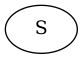
YasinBoloorchi/WARP-Simulator keeps this Graphviz diagram as G.gv.png. Above is the earlier version. Its source is kept beside it as G.gv.
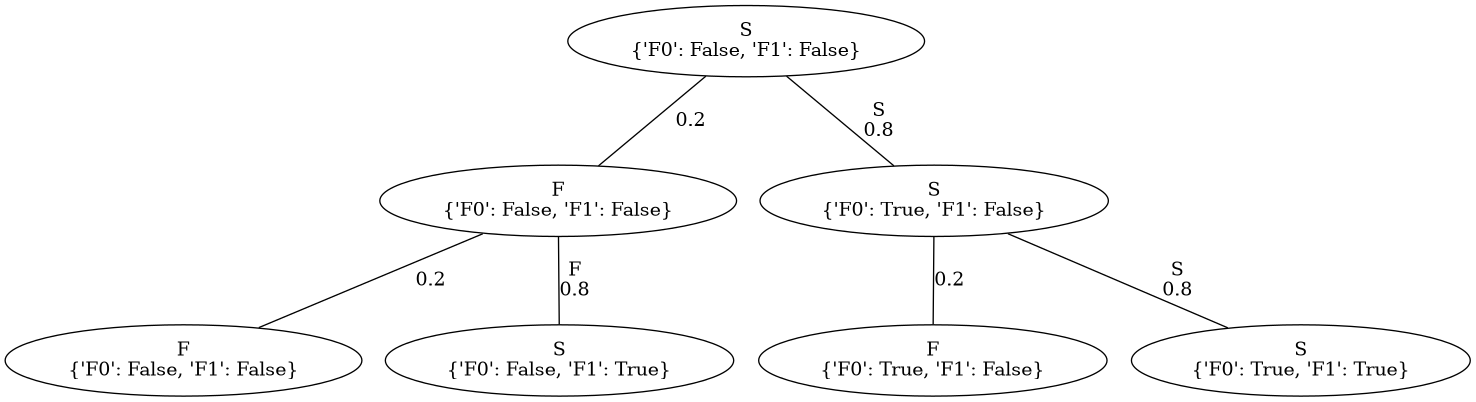
Later version of the same file.

The edit, as a diff of the source:
```diff
@@ -1,3 +1,34 @@
 graph G {
-	139980775892656 [label=S]
+	140469817420256 [label="S
+{'F0': False, 'F1': False}"]
+	140469817420112 [label="S
+{'F0': False, 'F1': False}"]
+	140469817420256 -- 140469817420112 [label=0.2]
+	140469817420112 [label="F
+{'F0': False, 'F1': False}"]
+	140469815374656 [label="F
+{'F0': False, 'F1': False}"]
+	140469817420112 -- 140469815374656 [label=0.2]
+	140469815374656 [label="F
+{'F0': False, 'F1': False}"]
+	140469815374416 [label="{'F0': False, 'F1': True}"]
+	140469817420112 -- 140469815374416 [label="F
+0.8"]
+	140469815374416 [label="S
+{'F0': False, 'F1': True}"]
+	140469815374320 [label="{'F0': True, 'F1': False}"]
+	140469817420256 -- 140469815374320 [label="S
+0.8"]
+	140469815374320 [label="S
+{'F0': True, 'F1': False}"]
+	140469815374752 [label="S
+{'F0': True, 'F1': False}"]
+	140469815374320 -- 140469815374752 [label=0.2]
+	140469815374752 [label="F
+{'F0': True, 'F1': False}"]
+	140469815374848 [label="{'F0': True, 'F1': True}"]
+	140469815374320 -- 140469815374848 [label="S
+0.8"]
+	140469815374848 [label="S
+{'F0': True, 'F1': True}"]
 }
```
